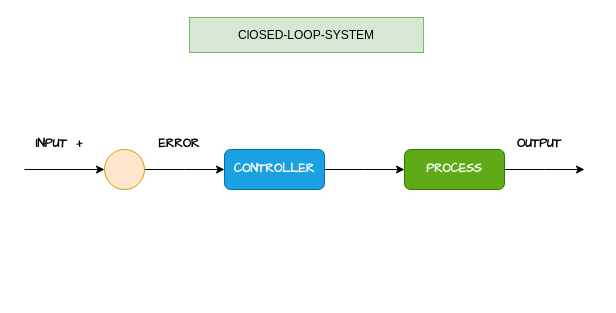
KAZAMA-DREAM/picture keeps this draw.io diagram as 未命名绘图.drawio. Above is the earlier version. Source tidied: cells renumbered, new cells numbered last; positions are measured from the earlier drawing's top-left corner, leaving out a move shared by most shapes. Both pictures are drawn from the tidied source at 100%, with x=0, y=0 at pixel (24, 17).
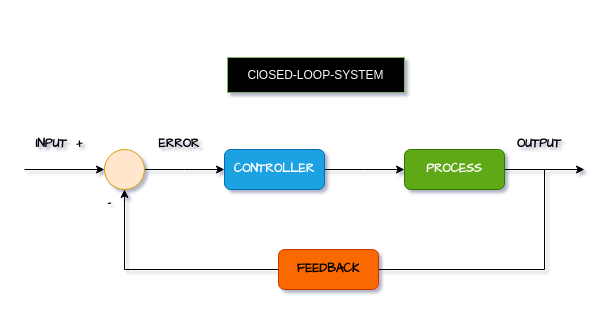
The same page after the edit.

Commit message (it also covers changes not shown here):
更新未命名绘图.drawio

Unchanged cells that the change refers to:
```xml
<mxCell id="6" style="ellipse;whiteSpace=wrap;html=1;fontFamily=Comic Sans MS;fillColor=#ffe6cc;strokeColor=#d79b00;" parent="1" vertex="1">
  <mxGeometry x="80" y="132" width="40" height="40" as="geometry" />
</mxCell>
```

What changed in the source:
```diff
@@
-<mxGraphModel>
+<mxGraphModel shadow="1">
@@
-    <mxCell id="2" value="ClOSED-LOOP-SYSTEM" style="rounded=0;whiteSpace=wrap;html=1;fillColor=#d5e8d4;strokeColor=#82b366;" parent="1" vertex="1">
-      <mxGeometry x="165" width="234" height="35" as="geometry" />
+    <mxCell id="2" value="&lt;font color=&quot;#fafafa&quot;&gt;ClOSED-LOOP-SYSTEM&lt;/font&gt;" style="rounded=0;whiteSpace=wrap;html=1;fillColor=#000000;strokeColor=#82b366;" parent="1" vertex="1">
+      <mxGeometry x="203" y="40" width="177" height="35" as="geometry" />
     </mxCell>
@@
+    <mxCell id="13" style="endArrow=classic;html=1;rounded=0;fontFamily=Comic Sans MS;entryX=0.5;entryY=1;entryDx=0;entryDy=0;" parent="1" edge="1" target="6">
+      <mxGeometry relative="1" as="geometry">
+        <mxPoint x="520" y="152" as="sourcePoint" />
+        <Array as="points">
+          <mxPoint x="520" y="252" />
+          <mxPoint x="100" y="252" />
+        </Array>
+      </mxGeometry>
+    </mxCell>
+    <mxCell id="14" value="&lt;b&gt;FEEDBACK&lt;/b&gt;" style="rounded=1;whiteSpace=wrap;html=1;fontFamily=Comic Sans MS;fillColor=#fa6800;fontColor=#000000;strokeColor=#C73500;" parent="1" vertex="1">
+      <mxGeometry x="254" y="232" width="100" height="40" as="geometry" />
+    </mxCell>
+    <mxCell id="15" value="-" style="text;html=1;strokeColor=none;fillColor=none;align=center;verticalAlign=middle;whiteSpace=wrap;rounded=0;fontFamily=Comic Sans MS;fontStyle=1;" parent="1" vertex="1">
+      <mxGeometry x="50" y="172" width="70" height="30" as="geometry" />
+    </mxCell>
```
